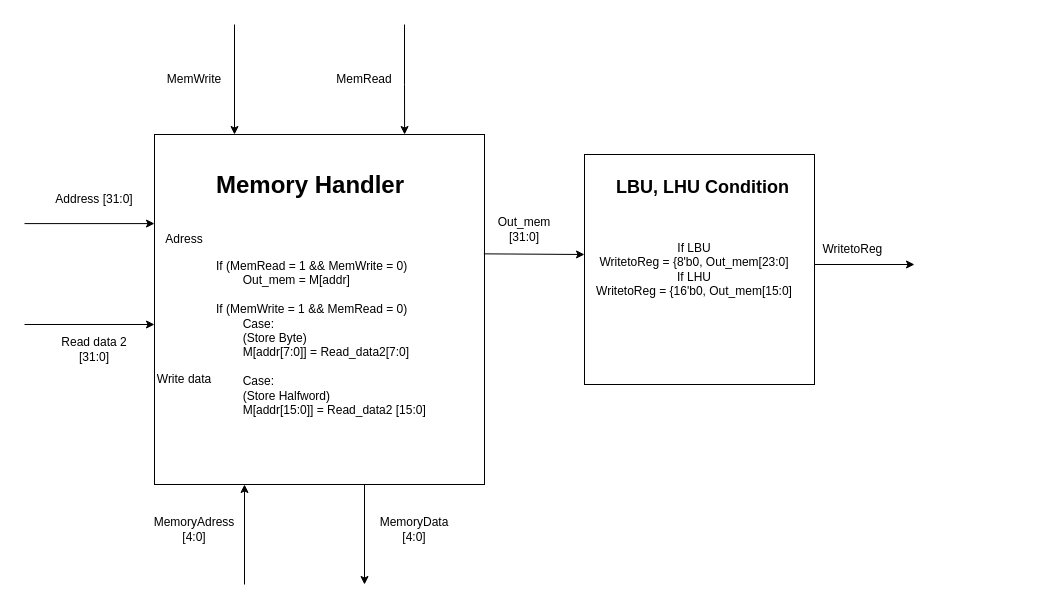
The draw.io diagram Data_memory.drawio in limichael246/STARS_2024, before the edit. Source tidied: cells renumbered, new cells numbered last; positions are measured from the earlier drawing's top-left corner, leaving out a move shared by most shapes. Both pictures are drawn from the tidied source at 100%, with x=0, y=0 at pixel (24, 24).
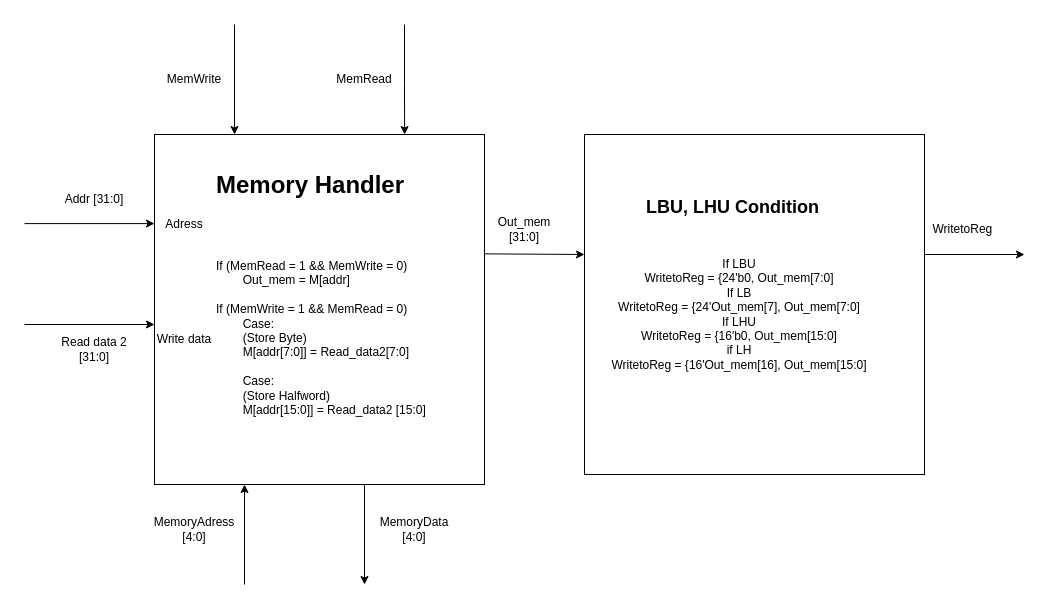
Above is the later version.

Diff of the diagram source:
```diff
@@
-    <mxCell id="6" value="Address [31:0]" style="text;html=1;align=center;verticalAlign=middle;whiteSpace=wrap;rounded=0;" parent="1" vertex="1">
+    <mxCell id="6" value="Addr [31:0]" style="text;html=1;align=center;verticalAlign=middle;whiteSpace=wrap;rounded=0;" parent="1" vertex="1">
       <mxGeometry x="30" y="160" width="80" height="30" as="geometry" />
     </mxCell>
     <mxCell id="7" value="Write data" style="text;html=1;align=center;verticalAlign=middle;whiteSpace=wrap;rounded=0;" parent="1" vertex="1">
-      <mxGeometry x="130" y="340" width="60" height="30" as="geometry" />
+      <mxGeometry x="130" y="300" width="60" height="30" as="geometry" />
     </mxCell>
     <mxCell id="8" value="Adress" style="text;html=1;align=center;verticalAlign=middle;whiteSpace=wrap;rounded=0;" parent="1" vertex="1">
-      <mxGeometry x="130" y="200" width="60" height="30" as="geometry" />
+      <mxGeometry x="130" y="185" width="60" height="30" as="geometry" />
     </mxCell>
@@
     <mxCell id="16" style="whiteSpace=wrap;html=1;" parent="1" vertex="1">
-      <mxGeometry x="560" y="130" width="230" height="230" as="geometry" />
+      <mxGeometry x="560" y="110" width="340" height="340" as="geometry" />
     </mxCell>
-    <mxCell id="17" value="If LBU&lt;div&gt;WritetoReg = {8'b0, Out_mem[23:0]&lt;/div&gt;&lt;div&gt;If LHU&lt;/div&gt;&lt;div&gt;WritetoReg = {16'b0, Out_mem[15:0]&lt;/div&gt;" style="text;html=1;align=center;verticalAlign=middle;whiteSpace=wrap;rounded=0;" parent="1" vertex="1">
-      <mxGeometry x="570" y="200" width="200" height="90" as="geometry" />
+    <mxCell id="17" value="If LBU&lt;div&gt;WritetoReg = {24'b0, Out_mem[7:0]&lt;/div&gt;&lt;div&gt;If LB&lt;/div&gt;&lt;div&gt;WritetoReg = {24'Out_mem[7], Out_mem[7:0]&lt;/div&gt;&lt;div&gt;If LHU&lt;/div&gt;&lt;div&gt;WritetoReg = {16'b0, Out_mem[15:0]&lt;/div&gt;&lt;div&gt;if LH&lt;/div&gt;&lt;div&gt;&lt;span style=&quot;background-color: initial;&quot;&gt;WritetoReg = {16'Out_mem[16], Out_mem[15:0]&lt;/span&gt;&lt;/div&gt;" style="text;html=1;align=center;verticalAlign=middle;whiteSpace=wrap;rounded=0;" parent="1" vertex="1">
+      <mxGeometry x="570" y="220" width="290" height="140" as="geometry" />
     </mxCell>
     <mxCell id="18" style="endArrow=classic;html=1;rounded=0;" parent="1" edge="1">
       <mxGeometry relative="1" as="geometry">
-        <mxPoint x="790" y="240" as="sourcePoint" />
-        <mxPoint x="890" y="240" as="targetPoint" />
+        <mxPoint x="900" y="230" as="sourcePoint" />
+        <mxPoint x="1000" y="230" as="targetPoint" />
       </mxGeometry>
     </mxCell>
     <mxCell id="19" value="WritetoReg&amp;nbsp;" style="text;html=1;align=center;verticalAlign=middle;whiteSpace=wrap;rounded=0;" parent="1" vertex="1">
-      <mxGeometry x="800" y="210" width="60" height="30" as="geometry" />
+      <mxGeometry x="910" y="190" width="60" height="30" as="geometry" />
     </mxCell>
     <mxCell id="20" value="&lt;h1 style=&quot;margin-top: 0px;&quot;&gt;&lt;font style=&quot;font-size: 18px;&quot;&gt;LBU, LHU Condition&lt;/font&gt;&lt;/h1&gt;" style="text;html=1;whiteSpace=wrap;overflow=hidden;rounded=0;" parent="1" vertex="1">
-      <mxGeometry x="590" y="140" width="180" height="120" as="geometry" />
+      <mxGeometry x="620" y="160" width="180" height="50" as="geometry" />
     </mxCell>
```
